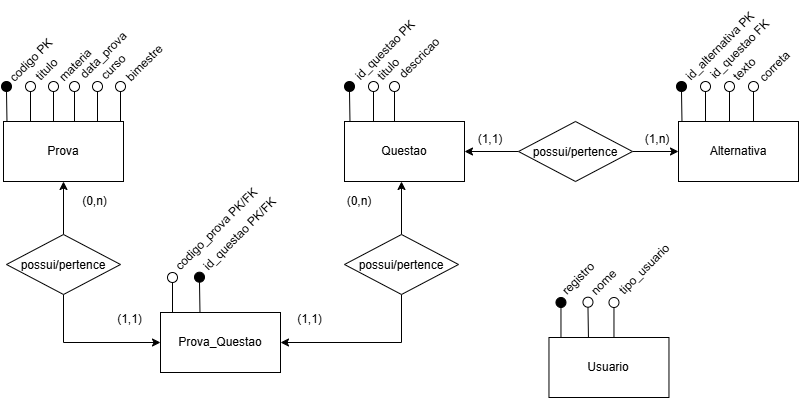
Banco-de-Dados-Deploy-de-Sexta/sistema-gerenciador-provas keeps this draw.io diagram as data/DER-SGP_DeployDeSexta.drawio.png. Above is the earlier version. Source tidied: cells renumbered, new cells last; positions are measured from the earlier drawing's top-left corner, leaving out a move shared by most shapes.
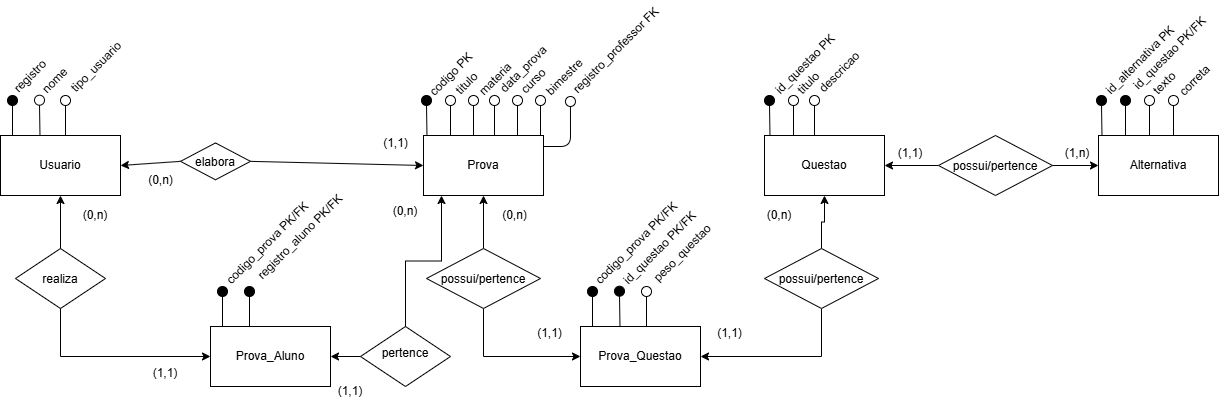
After the commit.

Diff of the diagram source:
```diff
@@ -85,7 +85,7 @@
     <mxCell id="24" value="id_questao PK" style="text;html=1;whiteSpace=wrap;strokeColor=none;fillColor=none;align=center;verticalAlign=middle;rounded=0;rotation=-45;" parent="1" vertex="1">
       <mxGeometry x="339" y="4" width="90" height="30" as="geometry" />
     </mxCell>
-    <mxCell id="25" style="ellipse;whiteSpace=wrap;html=1;shapeInside=1;fillColor=light-dark(#FFFFFF,#FFFFFF);" parent="1" vertex="1">
+    <mxCell id="25" style="ellipse;whiteSpace=wrap;html=1;shapeInside=1;fillColor=light-dark(#000000,#FFFFFF);" parent="1" vertex="1">
       <mxGeometry x="166" y="241" width="10" height="10" as="geometry" />
     </mxCell>
     <mxCell id="26" style="endArrow=none;html=1;rounded=0;entryX=0.5;entryY=1;entryDx=0;entryDy=0;exitX=0.129;exitY=0.005;exitDx=0;exitDy=0;exitPerimeter=0;" parent="1" edge="1" target="25">
@@ -132,7 +132,7 @@
     <mxCell id="37" value="id_alternativa PK" style="text;html=1;whiteSpace=wrap;strokeColor=none;fillColor=none;align=center;verticalAlign=middle;rounded=0;rotation=-45;" parent="1" vertex="1">
       <mxGeometry x="669" y="-0.1" width="100" height="30" as="geometry" />
     </mxCell>
-    <mxCell id="38" style="ellipse;whiteSpace=wrap;html=1;shapeInside=1;fillColor=light-dark(#FFFFFF,#FFFFFF);" parent="1" vertex="1">
+    <mxCell id="38" style="ellipse;whiteSpace=wrap;html=1;shapeInside=1;fillColor=#000000;" parent="1" vertex="1">
       <mxGeometry x="699" y="50" width="10" height="10" as="geometry" />
     </mxCell>
     <mxCell id="39" style="endArrow=none;html=1;rounded=0;entryX=0.5;entryY=1;entryDx=0;entryDy=0;exitX=0.129;exitY=0.005;exitDx=0;exitDy=0;exitPerimeter=0;" parent="1" edge="1" target="38">
@@ -140,8 +140,8 @@
         <mxPoint x="704" y="90" as="sourcePoint" />
       </mxGeometry>
     </mxCell>
-    <mxCell id="40" value="id_questao FK" style="text;html=1;whiteSpace=wrap;strokeColor=none;fillColor=none;align=center;verticalAlign=middle;rounded=0;rotation=-45;" parent="1" vertex="1">
-      <mxGeometry x="696" y="7.9" width="86" height="21" as="geometry" />
+    <mxCell id="40" value="id_questao PK/FK" style="text;html=1;whiteSpace=wrap;strokeColor=none;fillColor=none;align=center;verticalAlign=middle;rounded=0;rotation=-45;" parent="1" vertex="1">
+      <mxGeometry x="691.9" y="-2" width="114" height="21" as="geometry" />
     </mxCell>
     <mxCell id="41" style="edgeStyle=orthogonalEdgeStyle;rounded=0;jettySize=auto;html=1;entryX=0;entryY=0.5;entryDx=0;entryDy=0;exitX=0.5;exitY=1;exitDx=0;exitDy=0;" parent="1" edge="1" source="43" target="57">
       <mxGeometry relative="1" as="geometry" />
@@ -212,10 +212,8 @@
     <mxCell id="61" style="edgeStyle=orthogonalEdgeStyle;rounded=0;jettySize=auto;html=1;entryX=1;entryY=0.5;entryDx=0;entryDy=0;exitX=0.5;exitY=1;exitDx=0;exitDy=0;" parent="1" edge="1" source="63" target="57">
       <mxGeometry relative="1" as="geometry" />
     </mxCell>
-    <mxCell id="62" style="edgeStyle=orthogonalEdgeStyle;rounded=0;jettySize=auto;html=1;" parent="1" edge="1" source="63">
-      <mxGeometry relative="1" as="geometry">
-        <mxPoint x="400" y="150" as="targetPoint" />
-      </mxGeometry>
+    <mxCell id="62" style="edgeStyle=orthogonalEdgeStyle;rounded=0;jettySize=auto;html=1;" parent="1" edge="1" source="63" target="21">
+      <mxGeometry relative="1" as="geometry" />
     </mxCell>
     <mxCell id="63" value="possui/perten&lt;span style=&quot;background-color: transparent;&quot;&gt;ce&lt;/span&gt;" style="rhombus;whiteSpace=wrap;html=1;shapeInside=1;fontColor=light-dark(#000000,#000000);fillColor=light-dark(#FFFFFF,#FFFFFF);" parent="1" vertex="1">
       <mxGeometry x="343" y="203" width="114" height="60" as="geometry" />
@@ -226,41 +224,136 @@
     <mxCell id="65" value="(1,1)" style="text;html=1;whiteSpace=wrap;strokeColor=none;fillColor=none;align=center;verticalAlign=middle;rounded=0;" parent="1" vertex="1">
       <mxGeometry x="278" y="273" width="61" height="30" as="geometry" />
     </mxCell>
-    <mxCell id="66" style="ellipse;whiteSpace=wrap;html=1;shapeInside=1;fillColor=light-dark(#000000,#FFFFFF);" parent="1" vertex="1">
-      <mxGeometry x="554.5" y="266" width="10" height="10" as="geometry" />
+    <mxCell id="66" value=" " style="ellipse;whiteSpace=wrap;html=1;shapeInside=1;fillColor=light-dark(#000000,#FFFFFF);" parent="1" vertex="1">
+      <mxGeometry x="-414" y="50" width="10" height="10" as="geometry" />
     </mxCell>
     <mxCell id="67" style="endArrow=none;html=1;rounded=0;entryX=0.5;entryY=1;entryDx=0;entryDy=0;exitX=0.129;exitY=0.005;exitDx=0;exitDy=0;exitPerimeter=0;" parent="1" edge="1" target="66">
       <mxGeometry relative="1" as="geometry">
-        <mxPoint x="559.5" y="306" as="sourcePoint" />
+        <mxPoint x="-409" y="90" as="sourcePoint" />
       </mxGeometry>
     </mxCell>
     <mxCell id="68" value="registro" style="text;html=1;whiteSpace=wrap;strokeColor=none;fillColor=none;align=center;verticalAlign=middle;rounded=0;rotation=-45;" parent="1" vertex="1">
-      <mxGeometry x="547.5" y="234.4" width="60" height="25" as="geometry" />
+      <mxGeometry x="-421" y="18.4" width="60" height="25" as="geometry" />
     </mxCell>
     <mxCell id="69" value="Usuario" style="rounded=0;whiteSpace=wrap;html=1;fillColor=light-dark(#FFFFFF,#FFFFFF);textShadow=0;fontColor=light-dark(#000000,#000000);" parent="1" vertex="1">
-      <mxGeometry x="547.5" y="306" width="120" height="60" as="geometry" />
+      <mxGeometry x="-421" y="90" width="120" height="60" as="geometry" />
     </mxCell>
     <mxCell id="70" style="ellipse;whiteSpace=wrap;html=1;shapeInside=1;fillColor=none;" parent="1" vertex="1">
-      <mxGeometry x="581.5" y="265.7" width="10" height="10" as="geometry" />
+      <mxGeometry x="-387" y="49.7" width="10" height="10" as="geometry" />
     </mxCell>
     <mxCell id="71" value=" " style="endArrow=none;html=1;rounded=0;entryX=0.5;entryY=1;entryDx=0;entryDy=0;exitX=0.129;exitY=0.005;exitDx=0;exitDy=0;exitPerimeter=0;" parent="1" edge="1" target="70">
       <mxGeometry relative="1" as="geometry">
-        <mxPoint x="586.9" y="306" as="sourcePoint" />
+        <mxPoint x="-381.5" y="90" as="sourcePoint" />
       </mxGeometry>
     </mxCell>
     <mxCell id="72" value="nome" style="text;html=1;whiteSpace=wrap;strokeColor=none;fillColor=none;align=center;verticalAlign=middle;rounded=0;rotation=-45;" parent="1" vertex="1">
-      <mxGeometry x="582.8" y="236.4" width="40" height="30" as="geometry" />
+      <mxGeometry x="-385.7" y="20.4" width="40" height="30" as="geometry" />
     </mxCell>
     <mxCell id="73" style="ellipse;whiteSpace=wrap;html=1;shapeInside=1;fillColor=none;" parent="1" vertex="1">
-      <mxGeometry x="607.5" y="266" width="10" height="10" as="geometry" />
+      <mxGeometry x="-361" y="50" width="10" height="10" as="geometry" />
     </mxCell>
     <mxCell id="74" style="endArrow=none;html=1;rounded=0;entryX=0.5;entryY=1;entryDx=0;entryDy=0;exitX=0.129;exitY=0.005;exitDx=0;exitDy=0;exitPerimeter=0;" parent="1" edge="1" target="73">
       <mxGeometry relative="1" as="geometry">
-        <mxPoint x="612.5" y="306" as="sourcePoint" />
+        <mxPoint x="-356" y="90" as="sourcePoint" />
       </mxGeometry>
     </mxCell>
     <mxCell id="75" value="tipo_usuario" style="text;html=1;whiteSpace=wrap;strokeColor=none;fillColor=none;align=center;verticalAlign=middle;rounded=0;rotation=-45;" parent="1" vertex="1">
-      <mxGeometry x="608.1" y="222.8" width="70" height="30" as="geometry" />
+      <mxGeometry x="-360.4" y="6.8" width="70" height="30" as="geometry" />
     </mxCell>
+    <mxCell id="76" style="edgeStyle=none;html=1;exitX=0;exitY=0.5;exitDx=0;exitDy=0;entryX=1;entryY=0.5;entryDx=0;entryDy=0;" parent="1" edge="1" source="78" target="69">
+      <mxGeometry relative="1" as="geometry" />
+    </mxCell>
+    <mxCell id="77" style="edgeStyle=none;html=1;entryX=0;entryY=0.5;entryDx=0;entryDy=0;exitX=1;exitY=0.5;exitDx=0;exitDy=0;" parent="1" edge="1" source="78" target="2">
+      <mxGeometry relative="1" as="geometry" />
+    </mxCell>
+    <mxCell id="78" value="elabora" style="rhombus;whiteSpace=wrap;html=1;shapeInside=1;fontColor=light-dark(#000000,#000000);fillColor=light-dark(#FFFFFF,#FFFFFF);" parent="1" vertex="1">
+      <mxGeometry x="-241" y="97.4" width="70" height="36.8" as="geometry" />
+    </mxCell>
+    <mxCell id="79" value="(1,1)" style="text;html=1;whiteSpace=wrap;strokeColor=none;fillColor=none;align=center;verticalAlign=middle;rounded=0;" parent="1" vertex="1">
+      <mxGeometry x="-56" y="85" width="61" height="25" as="geometry" />
+    </mxCell>
+    <mxCell id="80" value="(0,n)" style="text;html=1;whiteSpace=wrap;strokeColor=none;fillColor=none;align=center;verticalAlign=middle;rounded=0;" parent="1" vertex="1">
+      <mxGeometry x="-291" y="120" width="61" height="30" as="geometry" />
+    </mxCell>
+    <mxCell id="81" style="endArrow=none;html=1;entryX=0.5;entryY=1;entryDx=0;entryDy=0;" parent="1" edge="1" target="82">
+      <mxGeometry relative="1" as="geometry">
+        <mxPoint x="122" y="101" as="sourcePoint" />
+        <Array as="points">
+          <mxPoint x="149" y="101" />
+        </Array>
+      </mxGeometry>
+    </mxCell>
+    <mxCell id="82" style="ellipse;whiteSpace=wrap;html=1;shapeInside=1;" parent="1" vertex="1">
+      <mxGeometry x="143.9" y="51" width="10" height="10" as="geometry" />
+    </mxCell>
+    <mxCell id="83" value="registro_professor FK" style="text;html=1;whiteSpace=wrap;strokeColor=none;fillColor=none;align=center;verticalAlign=middle;rounded=0;rotation=-45;" parent="1" vertex="1">
+      <mxGeometry x="135.1" y="-7.1" width="120" height="25" as="geometry" />
+    </mxCell>
+    <mxCell id="84" style="ellipse;whiteSpace=wrap;html=1;shapeInside=1;fillColor=default;" parent="1" vertex="1">
+      <mxGeometry x="220" y="241" width="10" height="10" as="geometry" />
+    </mxCell>
+    <mxCell id="85" style="endArrow=none;html=1;rounded=0;entryX=0.5;entryY=1;entryDx=0;entryDy=0;exitX=0.129;exitY=0.005;exitDx=0;exitDy=0;exitPerimeter=0;" parent="1" edge="1" target="84">
+      <mxGeometry relative="1" as="geometry">
+        <mxPoint x="225" y="281" as="sourcePoint" />
+      </mxGeometry>
+    </mxCell>
+    <mxCell id="86" value="peso_questao" style="text;html=1;whiteSpace=wrap;strokeColor=none;fillColor=none;align=center;verticalAlign=middle;rounded=0;rotation=-45;" parent="1" vertex="1">
+      <mxGeometry x="221" y="195" width="80" height="25" as="geometry" />
+    </mxCell>
+    <mxCell id="87" value="Prova_Aluno" style="rounded=0;whiteSpace=wrap;html=1;fillColor=light-dark(#FFFFFF,#FFFFFF);fontColor=light-dark(#000000,#000000);" parent="1" vertex="1">
+      <mxGeometry x="-211" y="281" width="120" height="60" as="geometry" />
+    </mxCell>
+    <mxCell id="88" style="ellipse;whiteSpace=wrap;html=1;shapeInside=1;fillColor=#000000;" parent="1" vertex="1">
+      <mxGeometry x="-204" y="241" width="10" height="10" as="geometry" />
+    </mxCell>
+    <mxCell id="89" style="endArrow=none;html=1;rounded=0;entryX=0.5;entryY=1;entryDx=0;entryDy=0;exitX=0.129;exitY=0.005;exitDx=0;exitDy=0;exitPerimeter=0;" parent="1" edge="1" target="88">
+      <mxGeometry relative="1" as="geometry">
+        <mxPoint x="-199" y="281" as="sourcePoint" />
+      </mxGeometry>
+    </mxCell>
+    <mxCell id="90" value="codigo_prova PK/FK" style="text;html=1;whiteSpace=wrap;strokeColor=none;fillColor=none;align=center;verticalAlign=middle;rounded=0;rotation=-45;" parent="1" vertex="1">
+      <mxGeometry x="-211" y="185" width="114" height="25" as="geometry" />
+    </mxCell>
+    <mxCell id="91" style="ellipse;whiteSpace=wrap;html=1;shapeInside=1;fillColor=#000000;" parent="1" vertex="1">
+      <mxGeometry x="-177" y="241" width="10" height="10" as="geometry" />
+    </mxCell>
+    <mxCell id="92" style="endArrow=none;html=1;rounded=0;entryX=0.5;entryY=1;entryDx=0;entryDy=0;exitX=0.129;exitY=0.005;exitDx=0;exitDy=0;exitPerimeter=0;" parent="1" edge="1" target="91">
+      <mxGeometry relative="1" as="geometry">
+        <mxPoint x="-172" y="281" as="sourcePoint" />
+      </mxGeometry>
+    </mxCell>
+    <mxCell id="93" value="registro_aluno PK/FK" style="text;html=1;whiteSpace=wrap;strokeColor=none;fillColor=none;align=center;verticalAlign=middle;rounded=0;rotation=-45;" parent="1" vertex="1">
+      <mxGeometry x="-186.3" y="179.3" width="130" height="25" as="geometry" />
+    </mxCell>
+    <mxCell id="94" value="realiza" style="rhombus;whiteSpace=wrap;html=1;shapeInside=1;fontColor=light-dark(#000000,#000000);fillColor=light-dark(#FFFFFF,#FFFFFF);" parent="1" vertex="1">
+      <mxGeometry x="-406" y="203" width="90" height="60" as="geometry" />
+    </mxCell>
+    <mxCell id="95" style="edgeStyle=orthogonalEdgeStyle;rounded=0;jettySize=auto;html=1;exitX=0.5;exitY=0;exitDx=0;exitDy=0;entryX=0.5;entryY=1;entryDx=0;entryDy=0;" parent="1" edge="1" source="94" target="69">
+      <mxGeometry relative="1" as="geometry" />
+    </mxCell>
+    <mxCell id="96" style="edgeStyle=orthogonalEdgeStyle;rounded=0;jettySize=auto;html=1;exitX=0.5;exitY=1;exitDx=0;exitDy=0;entryX=0;entryY=0.5;entryDx=0;entryDy=0;" parent="1" edge="1" source="94" target="87">
+      <mxGeometry relative="1" as="geometry" />
+    </mxCell>
+    <mxCell id="97" value="(0,n)" style="text;html=1;whiteSpace=wrap;strokeColor=none;fillColor=none;align=center;verticalAlign=middle;rounded=0;" parent="1" vertex="1">
+      <mxGeometry x="-356" y="155" width="60" height="30" as="geometry" />
+    </mxCell>
+    <mxCell id="98" value="(1,1)" style="text;html=1;whiteSpace=wrap;strokeColor=none;fillColor=none;align=center;verticalAlign=middle;rounded=0;" parent="1" vertex="1">
+      <mxGeometry x="-286" y="313" width="60" height="30" as="geometry" />
+    </mxCell>
+    <mxCell id="99" value="pertence" style="rhombus;whiteSpace=wrap;html=1;shapeInside=1;fontColor=light-dark(#000000,#000000);fillColor=light-dark(#FFFFFF,#FFFFFF);" parent="1" vertex="1">
+      <mxGeometry x="-61" y="281" width="90" height="60" as="geometry" />
+    </mxCell>
+    <mxCell id="100" style="edgeStyle=orthogonalEdgeStyle;rounded=0;jettySize=auto;html=1;exitX=0;exitY=0.5;exitDx=0;exitDy=0;entryX=1;entryY=0.5;entryDx=0;entryDy=0;" parent="1" edge="1" source="99" target="87">
+      <mxGeometry relative="1" as="geometry" />
+    </mxCell>
+    <mxCell id="101" style="edgeStyle=orthogonalEdgeStyle;rounded=0;jettySize=auto;html=1;exitX=0.5;exitY=0;exitDx=0;exitDy=0;entryX=0.15;entryY=1;entryDx=0;entryDy=0;" parent="1" edge="1" source="99" target="2">
+      <mxGeometry relative="1" as="geometry" />
+    </mxCell>
+    <mxCell id="102" value="(1,1)" style="text;html=1;whiteSpace=wrap;strokeColor=none;fillColor=none;align=center;verticalAlign=middle;rounded=0;" parent="1" vertex="1">
+      <mxGeometry x="-101" y="333" width="60" height="25" as="geometry" />
+    </mxCell>
+    <mxCell id="103" value="(0,n)" style="text;html=1;whiteSpace=wrap;strokeColor=none;fillColor=none;align=center;verticalAlign=middle;rounded=0;" parent="1" vertex="1">
+      <mxGeometry x="-46" y="153" width="60" height="25" as="geometry" />
+    </mxCell>
   </root>
 </mxGraphModel>
```
